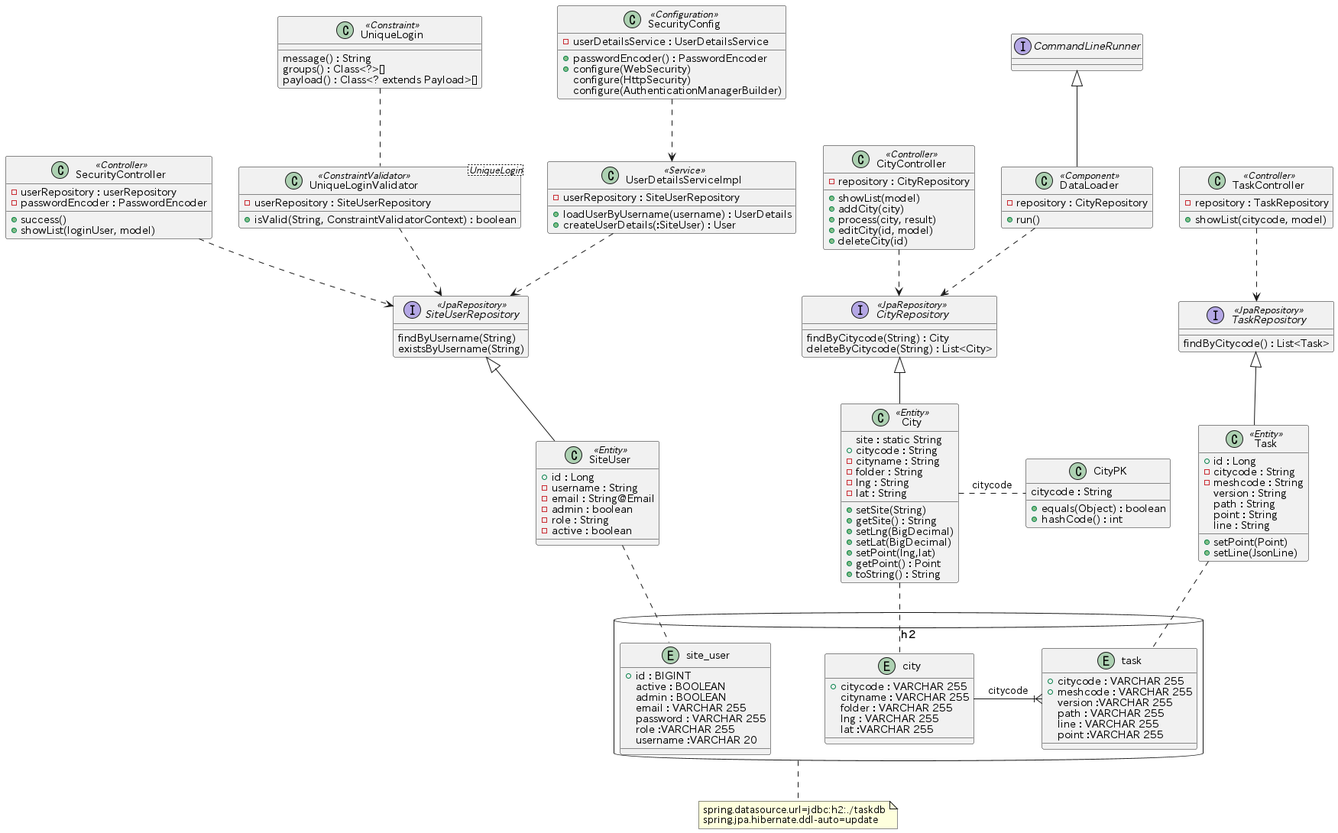
yuuhayashi/task-bldg keeps this PlantUML diagram as class.png. Above is the earlier version.
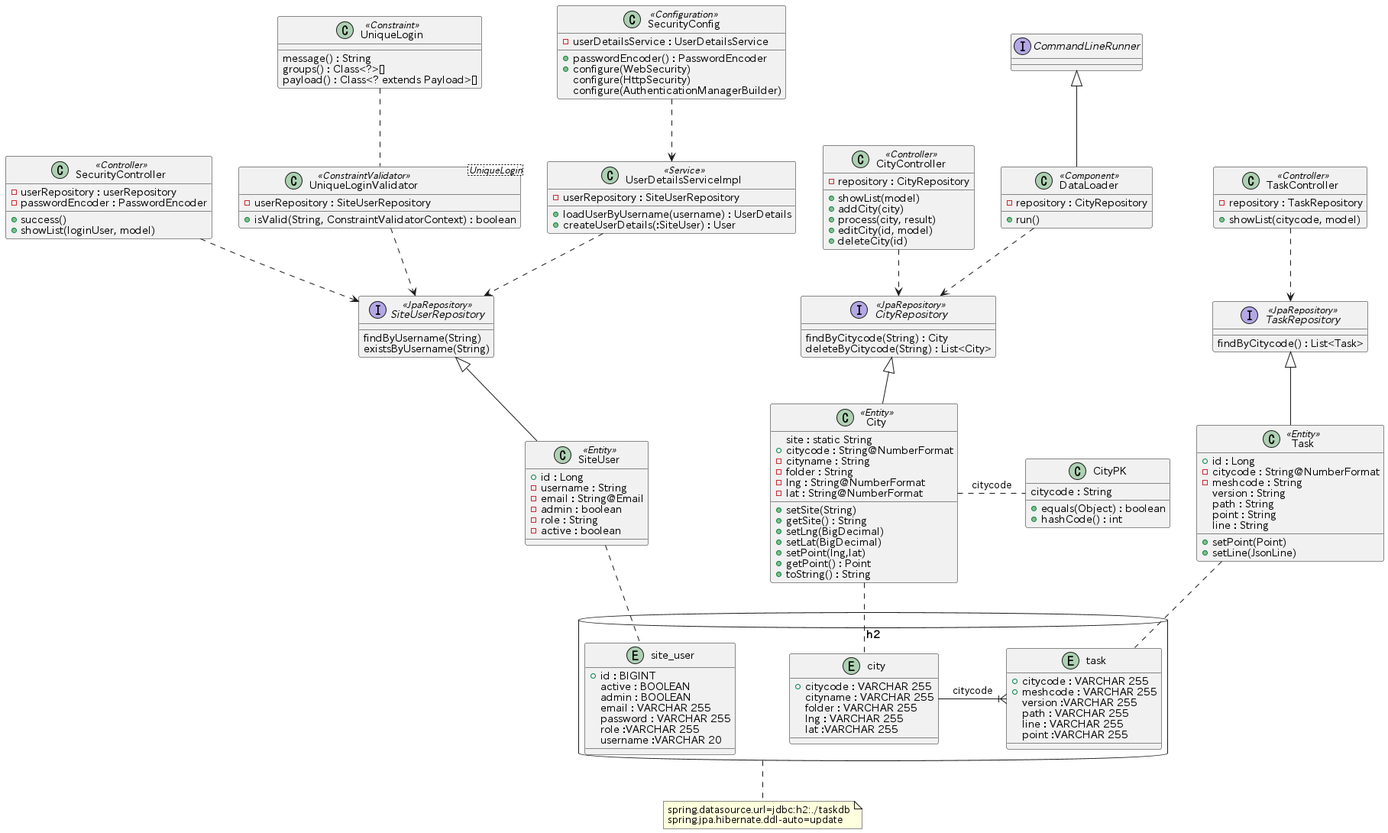
Later version of the same file.

Change to the diagram source:
```diff
@@ -86,11 +86,11 @@
 
 class City <<Entity>> {
 	site : static String
-  + citycode : String
+  + citycode : String@NumberFormat
   - cityname : String
   - folder : String
-  - lng : String
-  - lat : String
+  - lng : String@NumberFormat
+  - lat : String@NumberFormat
   + setSite(String)
   + getSite() : String
   + setLng(BigDecimal)
@@ -137,7 +137,7 @@
 
 class Task <<Entity>> {
   + id : Long
-  - citycode : String
+  - citycode : String@NumberFormat
   - meshcode : String
   version : String
   path : String
```
